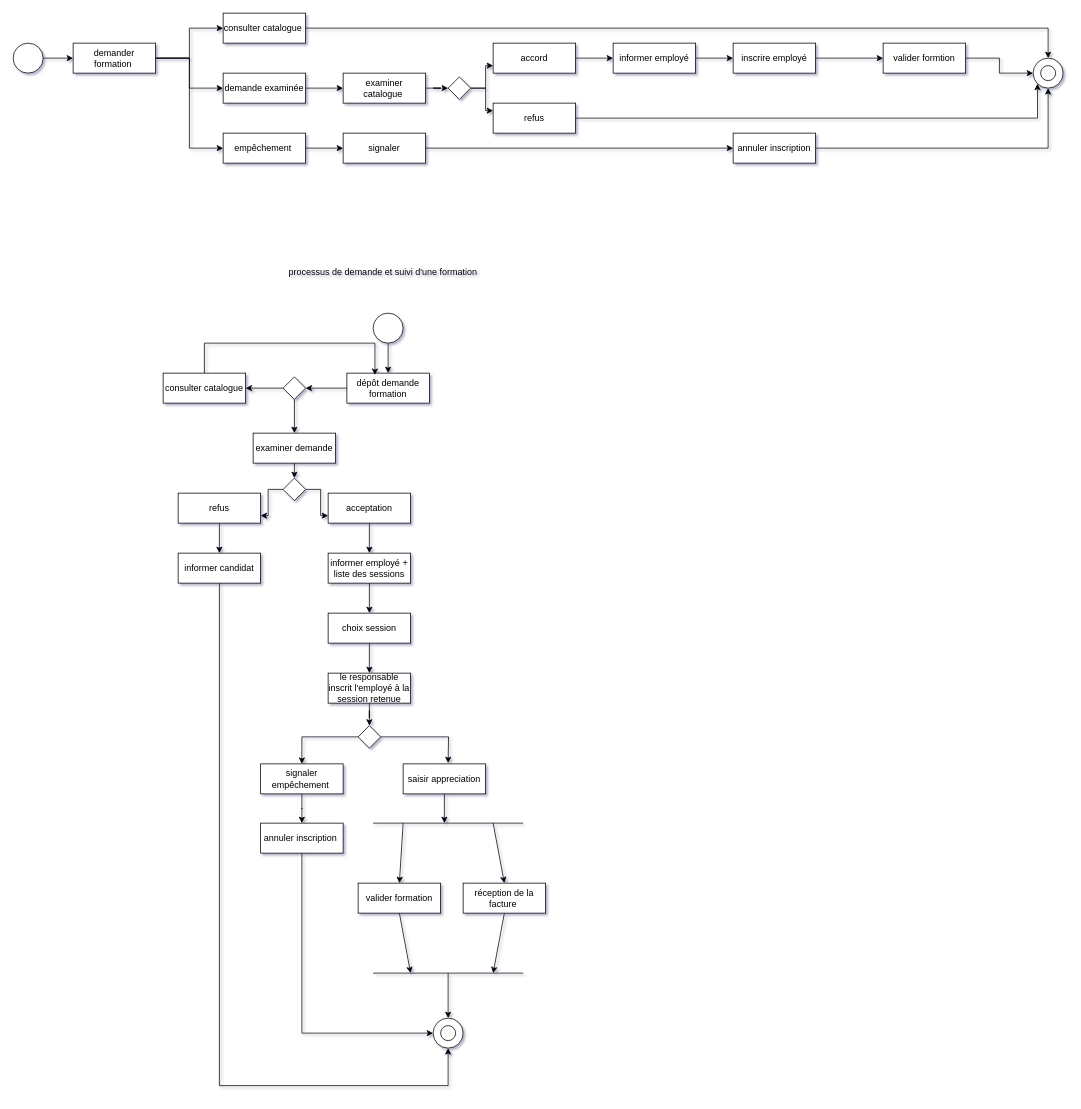
Above: TD2/Diagramme sans nom.drawio in AlexisCou/Analyse (draw.io), before the change. Source tidied: cells renumbered, new cells numbered last; positions are measured from the earlier drawing's top-left corner, leaving out a move shared by most shapes. Both pictures are drawn from the tidied source at 75%, with x=0, y=0 at pixel (13, 13).
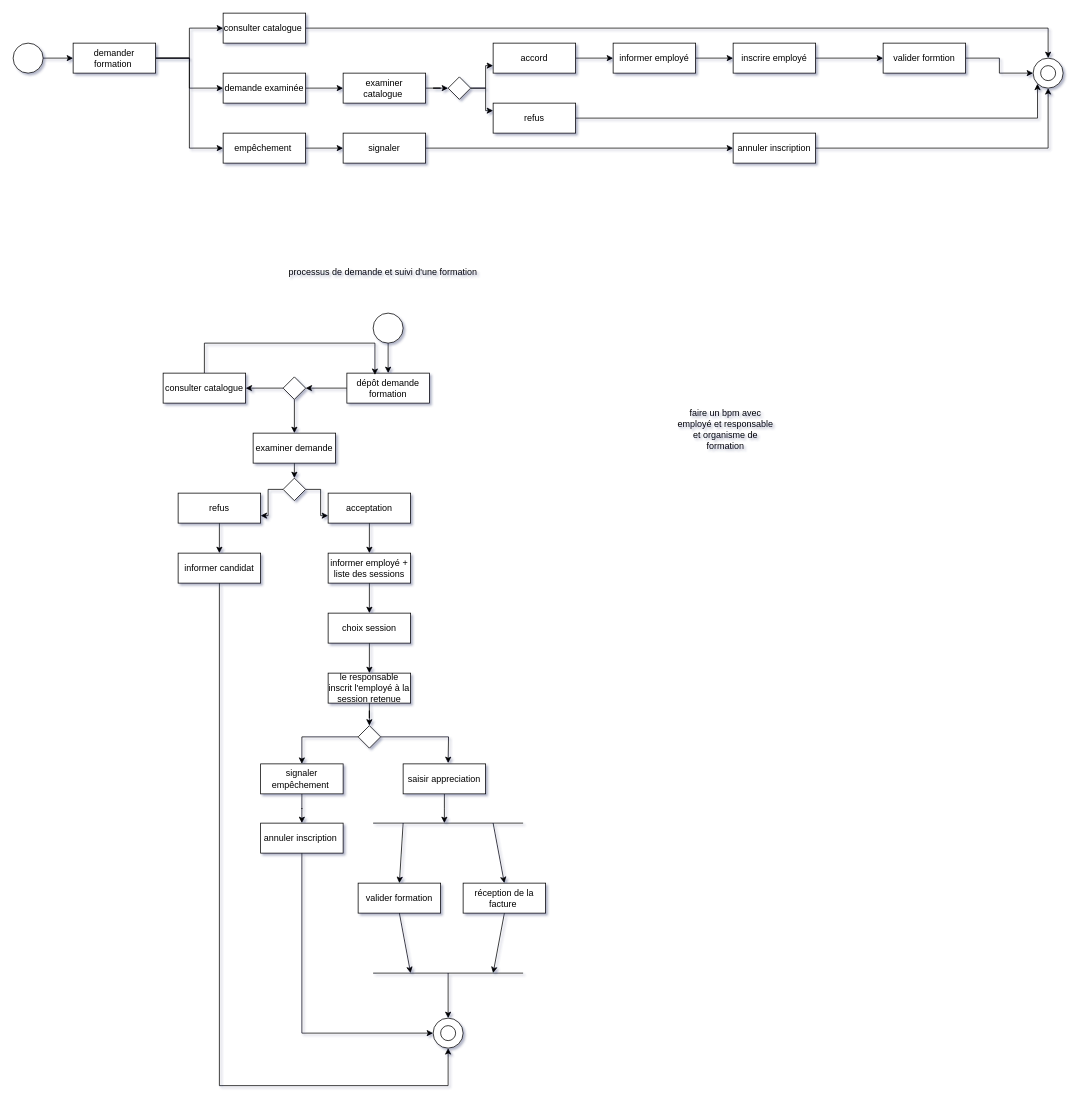
The same diagram, later.

Commit message:
Mettre à jour Diagramme sans nom.drawio

The edit, as a diff of the source:
```diff
@@
+    <mxCell id="82" value="faire un bpm avec employé et responsable et organisme de formation" style="text;html=1;whiteSpace=wrap;strokeColor=none;fillColor=none;align=center;verticalAlign=middle;rounded=0;" parent="1" vertex="1">
+      <mxGeometry x="880" y="540" width="140" height="30" as="geometry" />
+    </mxCell>
```
